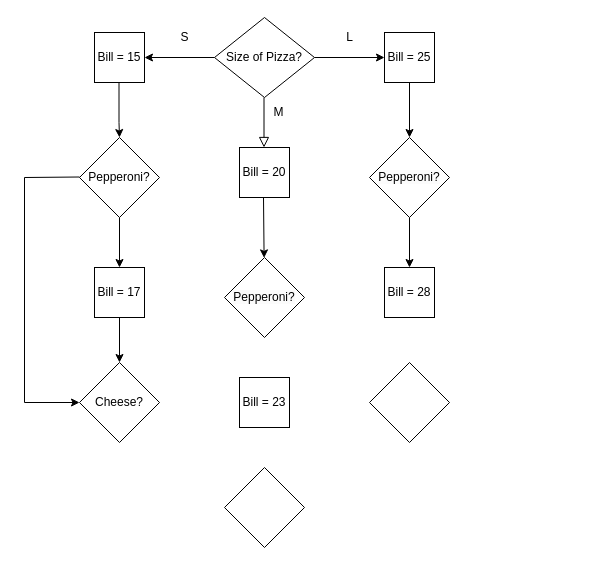
Above: New.drawio in AgentDutchOrange/flowcharts (draw.io), before the change. Source tidied: cells renumbered, new cells numbered last; positions are measured from the earlier drawing's top-left corner, leaving out a move shared by most shapes. Both pictures are drawn from the tidied source at 100%, with x=0, y=0 at pixel (24, 17).
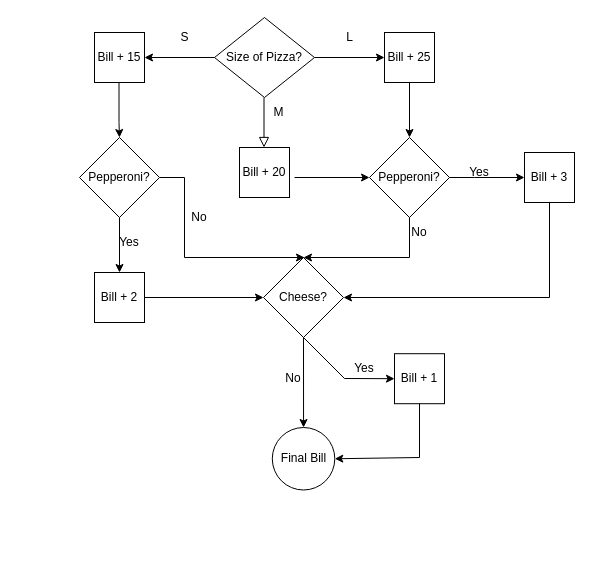
Above is the later version.

Commit message:
Final update. Not perfect but makes the point.

Unchanged cells that the change refers to:
```xml
<mxCell id="13" value="Pepperoni?" style="rhombus;whiteSpace=wrap;html=1;" parent="1" vertex="1">
  <mxGeometry x="55" y="120" width="80" height="80" as="geometry" />
</mxCell>
```

Change to the diagram source:
```diff
@@
-    <mxCell id="6" value="Bill = 15" style="rounded=0;whiteSpace=wrap;html=1;" parent="1" vertex="1">
+    <mxCell id="6" value="Bill + 15" style="rounded=0;whiteSpace=wrap;html=1;" parent="1" vertex="1">
       <mxGeometry x="70" y="15" width="50" height="50" as="geometry" />
     </mxCell>
-    <mxCell id="7" value="Bill = 25" style="rounded=0;whiteSpace=wrap;html=1;" parent="1" vertex="1">
+    <mxCell id="7" value="Bill + 25" style="rounded=0;whiteSpace=wrap;html=1;" parent="1" vertex="1">
       <mxGeometry x="360" y="15" width="50" height="50" as="geometry" />
     </mxCell>
-    <mxCell id="8" value="Bill = 20" style="rounded=0;whiteSpace=wrap;html=1;" parent="1" vertex="1">
+    <mxCell id="8" value="Bill + 20" style="rounded=0;whiteSpace=wrap;html=1;" parent="1" vertex="1">
       <mxGeometry x="215" y="130" width="50" height="50" as="geometry" />
     </mxCell>
@@
-    <mxCell id="14" style="endArrow=classic;html=1;rounded=0;" parent="1" edge="1">
+    <mxCell id="14" style="endArrow=classic;html=1;rounded=0;entryX=0.5;entryY=0;entryDx=0;entryDy=0;" parent="1" edge="1" target="19">
       <mxGeometry relative="1" as="geometry">
         <mxPoint x="95" y="200" as="sourcePoint" />
-        <mxPoint x="95" y="250" as="targetPoint" />
       </mxGeometry>
     </mxCell>
-    <mxCell id="15" value="&lt;span style=&quot;color: rgb(0, 0, 0); font-family: Helvetica; font-size: 12px; font-style: normal; font-variant-ligatures: normal; font-variant-caps: normal; font-weight: 400; letter-spacing: normal; orphans: 2; text-align: center; text-indent: 0px; text-transform: none; widows: 2; word-spacing: 0px; -webkit-text-stroke-width: 0px; background-color: rgb(251, 251, 251); text-decoration-thickness: initial; text-decoration-style: initial; text-decoration-color: initial; float: none; display: inline !important;&quot;&gt;Pepperoni?&lt;/span&gt;" style="rhombus;whiteSpace=wrap;html=1;" parent="1" vertex="1">
-      <mxGeometry x="345" y="120" width="80" height="80" as="geometry" />
-    </mxCell>
     <mxCell id="16" value="&lt;span style=&quot;color: rgb(0, 0, 0); font-family: Helvetica; font-size: 12px; font-style: normal; font-variant-ligatures: normal; font-variant-caps: normal; font-weight: 400; letter-spacing: normal; orphans: 2; text-align: center; text-indent: 0px; text-transform: none; widows: 2; word-spacing: 0px; -webkit-text-stroke-width: 0px; background-color: rgb(251, 251, 251); text-decoration-thickness: initial; text-decoration-style: initial; text-decoration-color: initial; float: none; display: inline !important;&quot;&gt;Pepperoni?&lt;/span&gt;" style="rhombus;whiteSpace=wrap;html=1;" parent="1" vertex="1">
-      <mxGeometry x="200" y="240" width="80" height="80" as="geometry" />
+      <mxGeometry x="345" y="120" width="80" height="80" as="geometry" />
     </mxCell>
     <mxCell id="17" style="endArrow=classic;html=1;rounded=0;" parent="1" edge="1" target="16">
       <mxGeometry relative="1" as="geometry">
-        <mxPoint x="239" y="180" as="sourcePoint" />
+        <mxPoint x="270" y="160" as="sourcePoint" />
       </mxGeometry>
     </mxCell>
-    <mxCell id="18" style="endArrow=classic;html=1;rounded=0;entryX=0.5;entryY=0;entryDx=0;entryDy=0;exitX=0.5;exitY=1;exitDx=0;exitDy=0;" parent="1" edge="1" source="7" target="15">
-      <mxGeometry relative="1" as="geometry" />
+    <mxCell id="18" style="endArrow=classic;html=1;rounded=0;entryX=0.5;entryY=0;entryDx=0;entryDy=0;exitX=0.5;exitY=1;exitDx=0;exitDy=0;" parent="1" edge="1" source="7">
+      <mxGeometry relative="1" as="geometry">
+        <mxPoint x="385" y="120" as="targetPoint" />
+      </mxGeometry>
     </mxCell>
-    <mxCell id="19" value="Bill = 17" style="rounded=0;whiteSpace=wrap;html=1;" parent="1" vertex="1">
-      <mxGeometry x="70" y="250" width="50" height="50" as="geometry" />
+    <mxCell id="19" value="Bill + 2" style="rounded=0;whiteSpace=wrap;html=1;" parent="1" vertex="1">
+      <mxGeometry x="70" y="255" width="50" height="50" as="geometry" />
     </mxCell>
-    <mxCell id="20" value="Bill = 28" style="rounded=0;whiteSpace=wrap;html=1;" parent="1" vertex="1">
-      <mxGeometry x="360" y="250" width="50" height="50" as="geometry" />
-    </mxCell>
-    <mxCell id="21" value="Bill = 23" style="rounded=0;whiteSpace=wrap;html=1;" parent="1" vertex="1">
-      <mxGeometry x="215" y="360" width="50" height="50" as="geometry" />
+    <mxCell id="21" value="Bill + 3" style="rounded=0;whiteSpace=wrap;html=1;" parent="1" vertex="1">
+      <mxGeometry x="500" y="135" width="50" height="50" as="geometry" />
     </mxCell>
-    <mxCell id="22" style="endArrow=classic;html=1;rounded=0;entryX=0.5;entryY=0;entryDx=0;entryDy=0;exitX=0.5;exitY=1;exitDx=0;exitDy=0;" parent="1" edge="1" source="15" target="20">
-      <mxGeometry relative="1" as="geometry" />
-    </mxCell>
+    <mxCell id="27" style="endArrow=classic;html=1;rounded=0;entryX=0;entryY=0.5;entryDx=0;entryDy=0;exitX=1;exitY=0.5;exitDx=0;exitDy=0;" parent="1" edge="1" source="19" target="23">
+      <mxGeometry relative="1" as="geometry" />
+    </mxCell>
+    <mxCell id="28" value="Yes" style="text;html=1;strokeColor=none;fillColor=none;align=center;verticalAlign=middle;whiteSpace=wrap;rounded=0;" parent="1" vertex="1">
+      <mxGeometry x="75" y="210" width="60" height="30" as="geometry" />
+    </mxCell>
+    <mxCell id="29" value="Yes" style="text;html=1;strokeColor=none;fillColor=none;align=center;verticalAlign=middle;whiteSpace=wrap;rounded=0;" parent="1" vertex="1">
+      <mxGeometry x="425" y="140" width="60" height="30" as="geometry" />
+    </mxCell>
+    <mxCell id="30" style="endArrow=classic;html=1;rounded=0;entryX=0;entryY=0.5;entryDx=0;entryDy=0;exitX=1;exitY=0.5;exitDx=0;exitDy=0;" parent="1" edge="1" source="16" target="21">
+      <mxGeometry relative="1" as="geometry">
+        <Array as="points">
+          <mxPoint x="450" y="160" />
+        </Array>
+      </mxGeometry>
+    </mxCell>
     <mxCell id="23" value="Cheese?" style="rhombus;whiteSpace=wrap;html=1;" parent="1" vertex="1">
-      <mxGeometry x="55" y="345" width="80" height="80" as="geometry" />
+      <mxGeometry x="239" y="240" width="80" height="80" as="geometry" />
     </mxCell>
-    <mxCell id="24" style="rhombus;whiteSpace=wrap;html=1;" parent="1" vertex="1">
-      <mxGeometry x="200" y="450" width="80" height="80" as="geometry" />
-    </mxCell>
-    <mxCell id="25" style="rhombus;whiteSpace=wrap;html=1;" parent="1" vertex="1">
-      <mxGeometry x="345" y="345" width="80" height="80" as="geometry" />
-    </mxCell>
-    <mxCell id="26" style="endArrow=classic;html=1;rounded=0;entryX=0;entryY=0.5;entryDx=0;entryDy=0;" parent="1" edge="1" target="23">
-      <mxGeometry relative="1" as="geometry">
-        <mxPoint x="55" y="159.5" as="sourcePoint" />
-        <Array as="points">
-          <mxPoint y="160" />
-          <mxPoint y="385" />
-        </Array>
-      </mxGeometry>
-    </mxCell>
-    <mxCell id="27" style="endArrow=classic;html=1;rounded=0;entryX=0.5;entryY=0;entryDx=0;entryDy=0;" parent="1" edge="1" target="23">
-      <mxGeometry relative="1" as="geometry">
-        <mxPoint x="95" y="300" as="sourcePoint" />
-      </mxGeometry>
-    </mxCell>
+    <mxCell id="31" style="endArrow=classic;html=1;rounded=0;exitX=1;exitY=0.5;exitDx=0;exitDy=0;" parent="1" edge="1" source="13">
+      <mxGeometry relative="1" as="geometry">
+        <mxPoint x="280" y="240" as="targetPoint" />
+        <Array as="points">
+          <mxPoint x="160" y="160" />
+          <mxPoint x="160" y="240" />
+        </Array>
+      </mxGeometry>
+    </mxCell>
+    <mxCell id="32" value="No" style="text;html=1;strokeColor=none;fillColor=none;align=center;verticalAlign=middle;whiteSpace=wrap;rounded=0;" parent="1" vertex="1">
+      <mxGeometry x="145" y="185" width="60" height="30" as="geometry" />
+    </mxCell>
+    <mxCell id="33" style="endArrow=classic;html=1;rounded=0;entryX=0.5;entryY=0;entryDx=0;entryDy=0;" parent="1" edge="1" source="16" target="23">
+      <mxGeometry relative="1" as="geometry">
+        <Array as="points">
+          <mxPoint x="385" y="240" />
+        </Array>
+      </mxGeometry>
+    </mxCell>
+    <mxCell id="34" style="endArrow=classic;html=1;rounded=0;exitX=0.5;exitY=1;exitDx=0;exitDy=0;entryX=1;entryY=0.5;entryDx=0;entryDy=0;" parent="1" edge="1" source="21" target="23">
+      <mxGeometry relative="1" as="geometry">
+        <Array as="points">
+          <mxPoint x="525" y="280" />
+        </Array>
+      </mxGeometry>
+    </mxCell>
+    <mxCell id="35" value="No" style="text;html=1;strokeColor=none;fillColor=none;align=center;verticalAlign=middle;whiteSpace=wrap;rounded=0;" parent="1" vertex="1">
+      <mxGeometry x="365" y="200" width="60" height="30" as="geometry" />
+    </mxCell>
+    <mxCell id="36" value="Final Bill" style="ellipse;whiteSpace=wrap;html=1;" parent="1" vertex="1">
+      <mxGeometry x="247.8" y="410" width="62.5" height="62.5" as="geometry" />
+    </mxCell>
+    <mxCell id="37" value="No" style="text;html=1;strokeColor=none;fillColor=none;align=center;verticalAlign=middle;whiteSpace=wrap;rounded=0;" parent="1" vertex="1">
+      <mxGeometry x="239" y="346.2" width="60" height="30" as="geometry" />
+    </mxCell>
+    <mxCell id="38" value="Bill + 1" style="rounded=0;whiteSpace=wrap;html=1;" parent="1" vertex="1">
+      <mxGeometry x="370" y="336.2" width="50" height="50" as="geometry" />
+    </mxCell>
+    <mxCell id="39" style="endArrow=classic;html=1;rounded=0;exitX=0.5;exitY=1;exitDx=0;exitDy=0;entryX=0.5;entryY=0;entryDx=0;entryDy=0;" parent="1" edge="1" source="23" target="36">
+      <mxGeometry relative="1" as="geometry" />
+    </mxCell>
+    <mxCell id="40" style="endArrow=classic;html=1;rounded=0;exitX=0.5;exitY=1;exitDx=0;exitDy=0;entryX=0;entryY=0.5;entryDx=0;entryDy=0;" parent="1" edge="1" source="23" target="38">
+      <mxGeometry relative="1" as="geometry">
+        <Array as="points">
+          <mxPoint x="320" y="361" />
+        </Array>
+      </mxGeometry>
+    </mxCell>
+    <mxCell id="41" value="Yes" style="text;html=1;strokeColor=none;fillColor=none;align=center;verticalAlign=middle;whiteSpace=wrap;rounded=0;" parent="1" vertex="1">
+      <mxGeometry x="310" y="336.2" width="60" height="30" as="geometry" />
+    </mxCell>
+    <mxCell id="42" style="endArrow=classic;html=1;rounded=0;exitX=0.5;exitY=1;exitDx=0;exitDy=0;entryX=1;entryY=0.5;entryDx=0;entryDy=0;" parent="1" edge="1" source="38" target="36">
+      <mxGeometry relative="1" as="geometry">
+        <Array as="points">
+          <mxPoint x="395" y="440" />
+        </Array>
+      </mxGeometry>
+    </mxCell>
```
